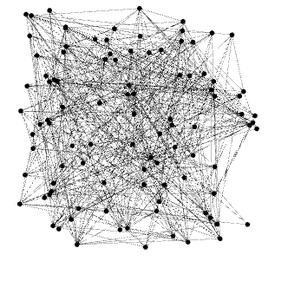
This is Graph Images/ErdosRenyi100.png from isailg/GraphLibrary, a Graphviz export, as it was before one commit. Its source is kept beside it as GraphViz/ErdosRenyi100.gv.
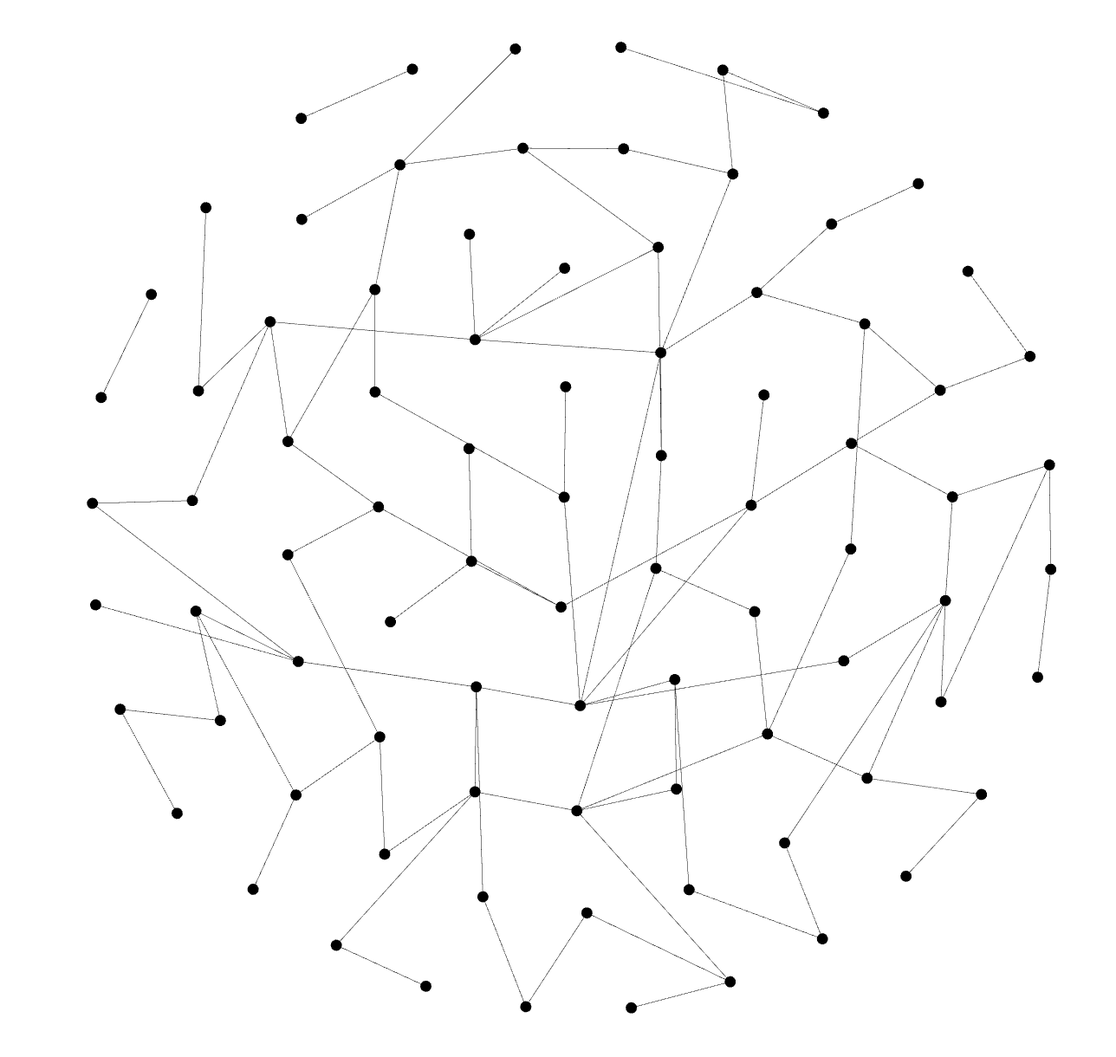
The same file after the commit.

Diff of the diagram source:
```diff
@@ -1,482 +1,102 @@
-graph ErdosRenyi100 {
-15 -- 73;
-5 -- 2;
-4 -- 33;
-23 -- 46;
-88 -- 82;
-76 -- 61;
-52 -- 10;
-54 -- 78;
-83 -- 4;
-61 -- 98;
-31 -- 39;
-23 -- 51;
-5 -- 97;
-37 -- 93;
-97 -- 30;
-57 -- 13;
-29 -- 74;
-2 -- 81;
-6 -- 13;
-68 -- 50;
-30 -- 13;
-73 -- 29;
-24 -- 66;
-91 -- 77;
-27 -- 42;
-39 -- 50;
-23 -- 82;
-6 -- 47;
-6 -- 0;
-28 -- 63;
-98 -- 79;
-11 -- 76;
-88 -- 40;
-72 -- 23;
-9 -- 18;
-92 -- 70;
-21 -- 13;
-12 -- 30;
-6 -- 76;
-82 -- 89;
-63 -- 38;
-59 -- 15;
-16 -- 0;
-75 -- 54;
-83 -- 80;
-92 -- 86;
-6 -- 53;
-98 -- 15;
-29 -- 24;
-50 -- 63;
-76 -- 50;
-24 -- 31;
-94 -- 19;
-4 -- 58;
-66 -- 94;
-3 -- 32;
-57 -- 74;
-30 -- 47;
-86 -- 57;
-75 -- 84;
-80 -- 34;
-89 -- 31;
-67 -- 72;
-37 -- 67;
-89 -- 64;
-56 -- 20;
-69 -- 66;
-68 -- 2;
-61 -- 73;
-65 -- 14;
-91 -- 6;
-50 -- 85;
-95 -- 78;
-71 -- 19;
-74 -- 30;
-83 -- 97;
-62 -- 69;
-76 -- 17;
-44 -- 21;
-15 -- 46;
-27 -- 68;
-35 -- 0;
-37 -- 8;
-21 -- 24;
-42 -- 87;
-84 -- 25;
-80 -- 49;
-95 -- 62;
-76 -- 73;
-71 -- 11;
-78 -- 72;
-26 -- 89;
-57 -- 7;
-73 -- 85;
-13 -- 96;
-30 -- 52;
-60 -- 54;
-82 -- 66;
-87 -- 75;
-92 -- 38;
-85 -- 95;
-60 -- 55;
-56 -- 67;
-64 -- 30;
-54 -- 74;
-43 -- 6;
-69 -- 13;
-86 -- 72;
-62 -- 41;
-70 -- 71;
-33 -- 5;
-38 -- 55;
-59 -- 76;
-5 -- 98;
-69 -- 35;
-33 -- 88;
-97 -- 7;
-83 -- 26;
-61 -- 57;
-14 -- 6;
-31 -- 79;
-64 -- 43;
-60 -- 31;
-43 -- 87;
-17 -- 93;
-18 -- 74;
-2 -- 35;
-64 -- 0;
-28 -- 93;
-1 -- 99;
-23 -- 98;
-47 -- 79;
-24 -- 44;
-85 -- 92;
-5 -- 25;
-37 -- 70;
-64 -- 32;
-96 -- 30;
-47 -- 81;
-40 -- 20;
-50 -- 15;
-53 -- 84;
-61 -- 9;
-28 -- 50;
-61 -- 27;
-42 -- 81;
-23 -- 78;
-4 -- 44;
-98 -- 96;
-35 -- 59;
-30 -- 21;
-98 -- 21;
-82 -- 54;
-77 -- 34;
-5 -- 55;
-71 -- 33;
-21 -- 36;
-34 -- 98;
-98 -- 78;
-89 -- 47;
-5 -- 34;
-72 -- 70;
-17 -- 63;
-49 -- 47;
-72 -- 7;
-3 -- 69;
-25 -- 35;
-2 -- 99;
-58 -- 38;
-3 -- 51;
-39 -- 91;
-3 -- 72;
-3 -- 65;
-16 -- 61;
-69 -- 82;
-22 -- 80;
-1 -- 33;
-41 -- 2;
-27 -- 16;
-31 -- 95;
-51 -- 48;
-33 -- 86;
-14 -- 8;
-11 -- 5;
-81 -- 4;
-26 -- 20;
-79 -- 84;
-70 -- 38;
-53 -- 43;
-45 -- 58;
-82 -- 21;
-75 -- 3;
-28 -- 99;
-72 -- 83;
-76 -- 81;
-19 -- 50;
-68 -- 98;
-39 -- 82;
-44 -- 20;
-63 -- 45;
-22 -- 41;
-71 -- 90;
-83 -- 37;
-0 -- 2;
-59 -- 21;
-85 -- 43;
-78 -- 32;
-38 -- 2;
-47 -- 54;
-57 -- 62;
-38 -- 46;
-48 -- 24;
-56 -- 70;
-66 -- 81;
-69 -- 93;
-1 -- 49;
-32 -- 0;
-76 -- 55;
-29 -- 22;
-44 -- 98;
-93 -- 89;
-96 -- 69;
-42 -- 43;
-48 -- 67;
-31 -- 35;
-16 -- 88;
-14 -- 86;
-82 -- 27;
-2 -- 3;
+graph GeneratedGraphs(.gv)/ErdosRenyi100 {
+70 -- 6;
+25 -- 52;
+54 -- 44;
+37 -- 53;
+19 -- 11;
+23 -- 87;
+64 -- 39;
+82 -- 25;
+21 -- 28;
+68 -- 81;
+78 -- 89;
+22 -- 72;
+92 -- 55;
+4 -- 3;
+43 -- 10;
+83 -- 92;
+62 -- 59;
+92 -- 30;
+50 -- 55;
+57 -- 53;
+54 -- 99;
+70 -- 34;
+94 -- 54;
+72 -- 21;
+43 -- 44;
+17 -- 84;
+45 -- 97;
+80 -- 9;
+65 -- 92;
+10 -- 48;
+56 -- 6;
+81 -- 24;
+39 -- 45;
+52 -- 92;
+63 -- 73;
+9 -- 66;
+83 -- 47;
+5 -- 1;
+8 -- 11;
+32 -- 34;
+25 -- 64;
+96 -- 13;
+29 -- 9;
 30 -- 57;
-54 -- 61;
-26 -- 66;
-81 -- 22;
-37 -- 4;
-43 -- 99;
-7 -- 3;
-22 -- 31;
-7 -- 33;
-85 -- 55;
-78 -- 59;
-97 -- 48;
-16 -- 8;
-20 -- 57;
-37 -- 20;
-19 -- 37;
-4 -- 86;
-52 -- 8;
-98 -- 62;
-91 -- 56;
-96 -- 44;
-88 -- 14;
-7 -- 19;
-55 -- 86;
-35 -- 82;
-43 -- 33;
-25 -- 62;
-46 -- 70;
-46 -- 67;
-32 -- 59;
-95 -- 22;
-8 -- 97;
-45 -- 25;
-72 -- 76;
-14 -- 54;
-62 -- 59;
-93 -- 8;
-88 -- 3;
-99 -- 93;
-69 -- 83;
-98 -- 3;
-44 -- 41;
-31 -- 72;
-68 -- 64;
-17 -- 8;
-24 -- 74;
-0 -- 89;
-35 -- 98;
-78 -- 86;
-53 -- 50;
-90 -- 84;
-20 -- 17;
-2 -- 90;
-83 -- 87;
-37 -- 3;
-95 -- 0;
-47 -- 37;
-24 -- 9;
-67 -- 21;
-11 -- 67;
-62 -- 99;
-11 -- 27;
+37 -- 86;
+23 -- 42;
+79 -- 57;
+96 -- 19;
+64 -- 56;
+55 -- 22;
+85 -- 86;
+95 -- 28;
+67 -- 55;
+95 -- 25;
+35 -- 56;
+46 -- 94;
+35 -- 33;
+49 -- 83;
+22 -- 23;
+52 -- 98;
+98 -- 97;
+88 -- 48;
+0 -- 18;
+34 -- 81;
+31 -- 60;
+79 -- 17;
+89 -- 57;
+27 -- 57;
+47 -- 78;
+28 -- 11;
+32 -- 43;
+24 -- 69;
+65 -- 7;
+0 -- 19;
+70 -- 54;
+1 -- 29;
+94 -- 31;
+33 -- 80;
+44 -- 92;
+94 -- 69;
+0 -- 14;
+44 -- 29;
+52 -- 0;
+58 -- 24;
+67 -- 53;
 49 -- 64;
-16 -- 73;
-32 -- 28;
-5 -- 72;
-9 -- 93;
-73 -- 19;
-26 -- 60;
-17 -- 6;
-35 -- 57;
-48 -- 56;
-91 -- 47;
-77 -- 28;
-91 -- 69;
-47 -- 77;
-64 -- 8;
-95 -- 43;
-27 -- 50;
-54 -- 87;
-52 -- 62;
-62 -- 34;
-66 -- 60;
-33 -- 58;
-75 -- 69;
-31 -- 20;
-66 -- 4;
-7 -- 62;
-74 -- 39;
-44 -- 46;
-26 -- 64;
-73 -- 70;
-32 -- 94;
-76 -- 95;
-93 -- 98;
-40 -- 86;
-93 -- 66;
-2 -- 64;
-29 -- 68;
-11 -- 49;
-39 -- 73;
-49 -- 57;
-76 -- 91;
-78 -- 21;
-7 -- 98;
-73 -- 68;
-56 -- 46;
-52 -- 71;
-55 -- 43;
-28 -- 74;
-26 -- 65;
-8 -- 68;
-56 -- 99;
-2 -- 47;
-21 -- 83;
-70 -- 94;
-84 -- 73;
-25 -- 93;
-20 -- 13;
-40 -- 80;
-80 -- 56;
-40 -- 47;
-13 -- 7;
-74 -- 56;
-6 -- 1;
-38 -- 35;
-85 -- 61;
-75 -- 46;
-42 -- 90;
-4 -- 88;
-69 -- 98;
-24 -- 99;
-39 -- 79;
-23 -- 31;
-37 -- 78;
-82 -- 68;
-60 -- 24;
-21 -- 65;
-60 -- 0;
-48 -- 26;
-97 -- 66;
-6 -- 50;
-24 -- 61;
-73 -- 55;
-7 -- 8;
-88 -- 45;
-37 -- 53;
-1 -- 13;
-17 -- 59;
-51 -- 6;
-4 -- 84;
-54 -- 52;
-13 -- 28;
-92 -- 1;
-65 -- 70;
-58 -- 59;
-27 -- 6;
-46 -- 54;
-48 -- 45;
-57 -- 71;
-2 -- 12;
-1 -- 29;
-10 -- 55;
-91 -- 89;
-9 -- 0;
-67 -- 82;
-30 -- 98;
-19 -- 18;
-9 -- 57;
-7 -- 87;
-30 -- 76;
-45 -- 26;
-47 -- 41;
-19 -- 78;
-75 -- 64;
-70 -- 14;
-72 -- 63;
-50 -- 90;
-84 -- 24;
-25 -- 4;
-34 -- 71;
-13 -- 73;
-80 -- 52;
-44 -- 54;
-0 -- 55;
-23 -- 99;
-71 -- 44;
-96 -- 57;
-10 -- 39;
-96 -- 95;
-0 -- 90;
-82 -- 45;
-99 -- 40;
-99 -- 97;
-43 -- 27;
-17 -- 69;
-3 -- 21;
-98 -- 17;
-36 -- 43;
-84 -- 97;
-45 -- 16;
-28 -- 89;
-72 -- 26;
-2 -- 77;
-14 -- 68;
-59 -- 25;
-74 -- 12;
-54 -- 3;
-16 -- 50;
-47 -- 86;
-17 -- 85;
-64 -- 72;
-40 -- 41;
-60 -- 93;
-71 -- 14;
-36 -- 41;
-3 -- 56;
-81 -- 84;
-72 -- 50;
-48 -- 43;
-43 -- 63;
-55 -- 17;
-29 -- 43;
-55 -- 66;
-44 -- 55;
-34 -- 79;
-0 -- 54;
-20 -- 27;
-0 -- 29;
-24 -- 4;
-76 -- 70;
-47 -- 99;
-75 -- 71;
-9 -- 59;
-16 -- 5;
-28 -- 85;
-21 -- 68;
-87 -- 90;
-46 -- 31;
-2 -- 94;
-23 -- 69;
-87 -- 15;
-25 -- 34;
-38 -- 30;
-10 -- 32;
-26 -- 73;
-2 -- 62;
-11 -- 69;
-21 -- 18;
-91 -- 85;
-47 -- 15;
+65 -- 58;
+66 -- 67;
+6 -- 44;
+93 -- 81;
+33 -- 79;
+33 -- 64;
+27 -- 37;
+54 -- 15;
+72 -- 69;
+18 -- 46;
+59 -- 66;
+82 -- 77;
+90 -- 39;
+38 -- 13;
 }
```
